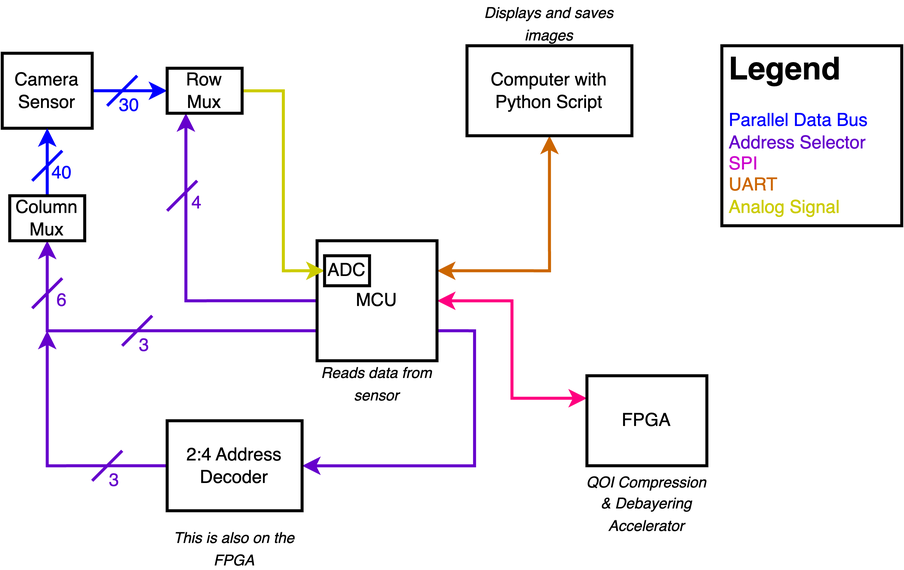
kavidey/NeoObscura keeps this draw.io diagram as docs/_site/assets/diagrams/system.png. Above is the earlier version. Source tidied: cells renumbered, new cells last; positions are measured from the earlier drawing's top-left corner, leaving out a move shared by most shapes.
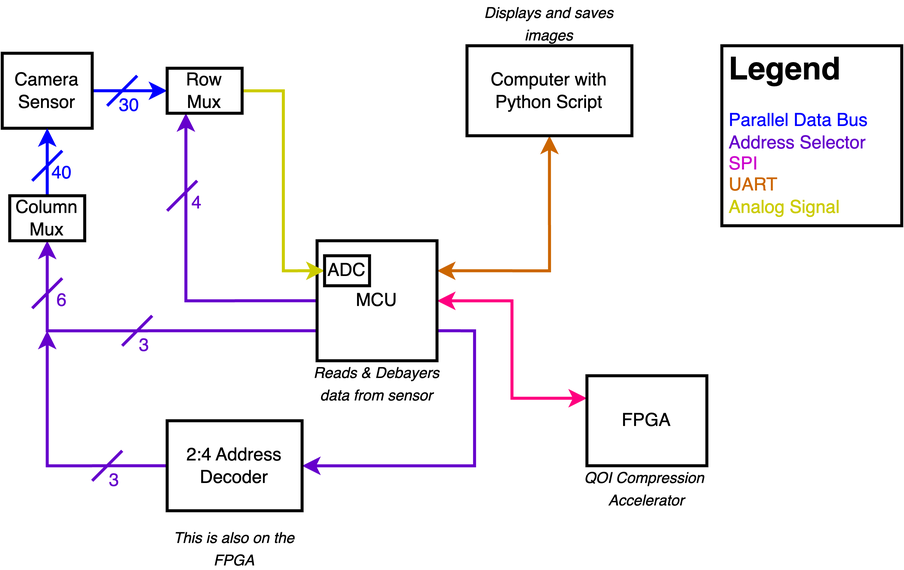
Above is the later version.

Diff of the diagram source:
```diff
@@ -61,11 +61,11 @@
     <mxCell id="19" value="&lt;h1 style=&quot;font-size: 21px;&quot;&gt;&lt;font style=&quot;font-size: 21px;&quot;&gt;Legend&lt;/font&gt;&lt;/h1&gt;&lt;p style=&quot;&quot;&gt;&lt;font color=&quot;#0000ff&quot;&gt;Parallel Data Bus&lt;/font&gt;&lt;br style=&quot;border-color: var(--border-color); color: rgb(0, 0, 255);&quot;&gt;&lt;font color=&quot;#6600cc&quot;&gt;Address Selector&lt;br&gt;&lt;/font&gt;&lt;font color=&quot;#cc00cc&quot;&gt;SPI&lt;/font&gt;&lt;span style=&quot;background-color: initial;&quot;&gt;&lt;br&gt;&lt;font color=&quot;#cc6600&quot;&gt;UART&lt;/font&gt;&lt;/span&gt;&lt;span style=&quot;background-color: initial;&quot;&gt;&lt;br&gt;&lt;font color=&quot;#cccc00&quot;&gt;Analog Signal&lt;/font&gt;&lt;/span&gt;&lt;/p&gt;" style="text;html=1;strokeColor=none;fillColor=none;spacing=5;spacingTop=-20;whiteSpace=wrap;overflow=hidden;rounded=0;" parent="1" vertex="1">
       <mxGeometry x="480" y="30" width="110" height="130" as="geometry" />
     </mxCell>
-    <mxCell id="20" value="&lt;i&gt;&lt;font style=&quot;font-size: 10px;&quot;&gt;QOI Compression &amp;amp; Debayering Accelerator&lt;/font&gt;&lt;/i&gt;" style="text;html=1;strokeColor=none;fillColor=none;align=center;verticalAlign=middle;whiteSpace=wrap;rounded=0;" parent="1" vertex="1">
-      <mxGeometry x="385" y="320" width="90" height="30" as="geometry" />
+    <mxCell id="20" value="&lt;i&gt;&lt;font style=&quot;font-size: 10px;&quot;&gt;QOI Compression&amp;nbsp; Accelerator&lt;/font&gt;&lt;/i&gt;" style="text;html=1;strokeColor=none;fillColor=none;align=center;verticalAlign=middle;whiteSpace=wrap;rounded=0;" parent="1" vertex="1">
+      <mxGeometry x="385" y="310" width="90" height="30" as="geometry" />
     </mxCell>
-    <mxCell id="21" value="&lt;span style=&quot;font-size: 10px;&quot;&gt;&lt;i&gt;Reads data from sensor&lt;/i&gt;&lt;/span&gt;" style="text;html=1;strokeColor=none;fillColor=none;align=center;verticalAlign=middle;whiteSpace=wrap;rounded=0;" parent="1" vertex="1">
-      <mxGeometry x="210" y="240" width="80" height="30" as="geometry" />
+    <mxCell id="21" value="&lt;span style=&quot;font-size: 10px;&quot;&gt;&lt;i&gt;Reads &amp;amp; Debayers data from sensor&lt;/i&gt;&lt;/span&gt;" style="text;html=1;strokeColor=none;fillColor=none;align=center;verticalAlign=middle;whiteSpace=wrap;rounded=0;" parent="1" vertex="1">
+      <mxGeometry x="205" y="240" width="90" height="30" as="geometry" />
     </mxCell>
     <mxCell id="22" value="&lt;span style=&quot;font-size: 10px;&quot;&gt;&lt;i&gt;Displays and saves images&lt;/i&gt;&lt;/span&gt;" style="text;html=1;strokeColor=none;fillColor=none;align=center;verticalAlign=middle;whiteSpace=wrap;rounded=0;" parent="1" vertex="1">
       <mxGeometry x="310" width="110" height="30" as="geometry" />
```
